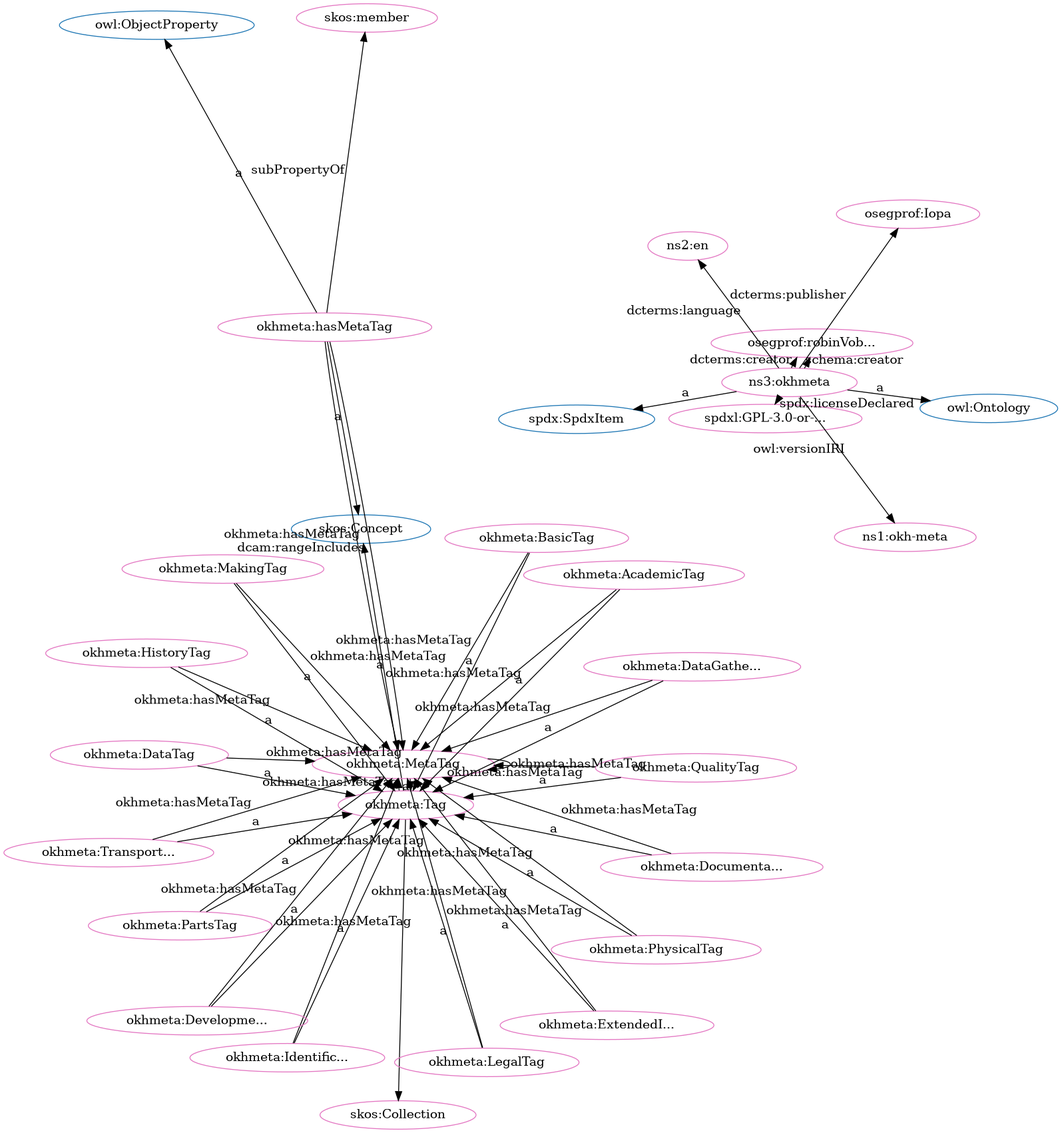
This is src/spec/fdp_okh-meta.png from iop-alliance/OpenKnowHow, a Graphviz export, as it was before one commit. Its source is kept beside it as src/spec/fdp_okh-meta.dot.
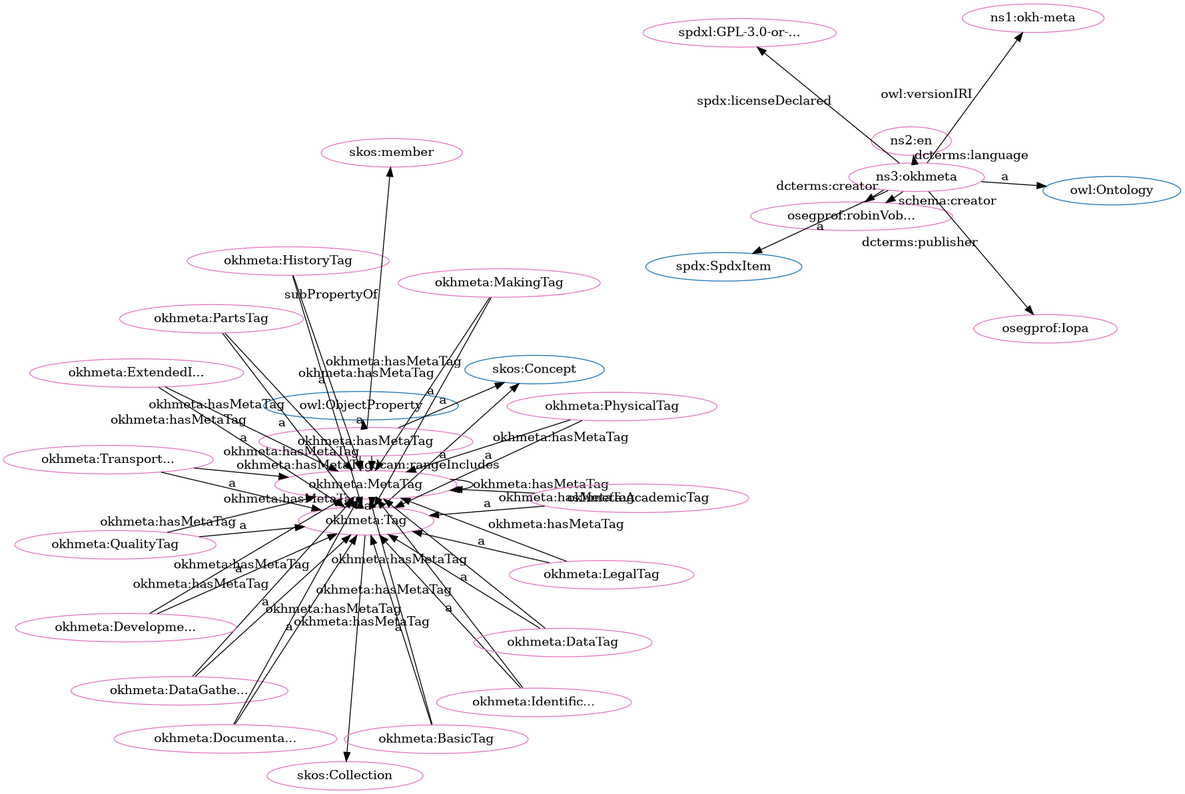
The same diagram one commit later.

The edit, as a diff of the source:
```diff
@@ -1,84 +1,84 @@
 digraph G {
   rankdir=BT
   node[height=.3]
-"http://w3id.org/oseg/ont/okhmeta#Tag" [fillcolor="#1f77b4" color="#1f77b4" label="okhmeta:Tag"]
+"http://www.w3.org/2002/07/owl#ObjectProperty" [fillcolor="#1f77b4" color="#1f77b4" label="owl:ObjectProperty"]
 "http://spdx.org/rdf/terms#SpdxItem" [fillcolor="#1f77b4" color="#1f77b4" label="spdx:SpdxItem"]
+"http://www.w3.org/2002/07/owl#Ontology" [fillcolor="#1f77b4" color="#1f77b4" label="owl:Ontology"]
 "http://www.w3.org/2004/02/skos/core#Concept" [fillcolor="#1f77b4" color="#1f77b4" label="skos:Concept"]
 "http://www.w3.org/2004/02/skos/core#Collection" [fillcolor="#1f77b4" color="#1f77b4" label="skos:Collection"]
-"http://www.w3.org/2002/07/owl#ObjectProperty" [fillcolor="#1f77b4" color="#1f77b4" label="owl:ObjectProperty"]
-"http://www.w3.org/2002/07/owl#Ontology" [fillcolor="#1f77b4" color="#1f77b4" label="owl:Ontology"]
+"http://w3id.org/oseg/ont/okhmeta#Tag" [fillcolor="#1f77b4" color="#1f77b4" label="okhmeta:Tag"]
+"http://w3id.org/oseg/ont/okhmeta#MakingTag" [fillcolor="#e377c2" color="#e377c2" label="okhmeta:MakingTag"]
+"http://w3id.org/oseg/ont/okhmeta#MetaTag" [fillcolor="#e377c2" color="#e377c2" label="okhmeta:MetaTag"]
+"http://w3id.org/oseg/ont/oseg-profiles#robinVobruba" [fillcolor="#e377c2" color="#e377c2" label="osegprof:robinVob..."]
+"http://spdx.org/licenses/GPL-3.0-or-later" [fillcolor="#e377c2" color="#e377c2" label="spdxl:GPL-3.0-or-..."]
+"http://w3id.org/oseg/ont/1.1.0/okh-meta" [fillcolor="#e377c2" color="#e377c2" label="ns1:okh-meta"]
+"http://www.w3.org/2004/02/skos/core#member" [fillcolor="#e377c2" color="#e377c2" label="skos:member"]
+"http://id.loc.gov/vocabulary/iso639-1/en" [fillcolor="#e377c2" color="#e377c2" label="ns2:en"]
+"http://w3id.org/oseg/ont/okhmeta#PhysicalTag" [fillcolor="#e377c2" color="#e377c2" label="okhmeta:PhysicalTag"]
+"http://w3id.org/oseg/ont/okhmeta" [fillcolor="#e377c2" color="#e377c2" label="ns3:okhmeta"]
+"http://w3id.org/oseg/ont/okhmeta#DataGatheringTag" [fillcolor="#e377c2" color="#e377c2" label="okhmeta:DataGathe..."]
+"http://w3id.org/oseg/ont/okhmeta#AcademicTag" [fillcolor="#e377c2" color="#e377c2" label="okhmeta:AcademicTag"]
+"http://w3id.org/oseg/ont/okhmeta#IdentificationTag" [fillcolor="#e377c2" color="#e377c2" label="okhmeta:Identific..."]
+"http://w3id.org/oseg/ont/okhmeta#TransportationTag" [fillcolor="#e377c2" color="#e377c2" label="okhmeta:Transport..."]
+"http://w3id.org/oseg/ont/okhmeta#Tag" [fillcolor="#e377c2" color="#e377c2" label="okhmeta:Tag"]
+"http://w3id.org/oseg/ont/okhmeta#HistoryTag" [fillcolor="#e377c2" color="#e377c2" label="okhmeta:HistoryTag"]
+"http://w3id.org/oseg/ont/okhmeta#hasMetaTag" [fillcolor="#e377c2" color="#e377c2" label="okhmeta:hasMetaTag"]
+"http://www.w3.org/2004/02/skos/core#Collection" [fillcolor="#e377c2" color="#e377c2" label="skos:Collection"]
+"http://w3id.org/oseg/ont/okhmeta#ExtendedInfoTag" [fillcolor="#e377c2" color="#e377c2" label="okhmeta:ExtendedI..."]
+"http://w3id.org/oseg/ont/okhmeta#DataTag" [fillcolor="#e377c2" color="#e377c2" label="okhmeta:DataTag"]
+"http://w3id.org/oseg/ont/oseg-profiles#Iopa" [fillcolor="#e377c2" color="#e377c2" label="osegprof:Iopa"]
+"http://w3id.org/oseg/ont/okhmeta#BasicTag" [fillcolor="#e377c2" color="#e377c2" label="okhmeta:BasicTag"]
+"http://w3id.org/oseg/ont/okhmeta#PartsTag" [fillcolor="#e377c2" color="#e377c2" label="okhmeta:PartsTag"]
+"http://w3id.org/oseg/ont/okhmeta#DevelopmentTag" [fillcolor="#e377c2" color="#e377c2" label="okhmeta:Developme..."]
+"http://w3id.org/oseg/ont/okhmeta#DocumentationTag" [fillcolor="#e377c2" color="#e377c2" label="okhmeta:Documenta..."]
+"http://w3id.org/oseg/ont/okhmeta#LegalTag" [fillcolor="#e377c2" color="#e377c2" label="okhmeta:LegalTag"]
 "http://w3id.org/oseg/ont/okhmeta#QualityTag" [fillcolor="#e377c2" color="#e377c2" label="okhmeta:QualityTag"]
-"http://w3id.org/oseg/ont/1.1.0/okh-meta" [fillcolor="#e377c2" color="#e377c2" label="ns1:okh-meta"]
-"http://w3id.org/oseg/ont/okhmeta#MetaTag" [fillcolor="#e377c2" color="#e377c2" label="okhmeta:MetaTag"]
-"http://w3id.org/oseg/ont/okhmeta#LegalTag" [fillcolor="#e377c2" color="#e377c2" label="okhmeta:LegalTag"]
-"http://w3id.org/oseg/ont/oseg-profiles#robinVobruba" [fillcolor="#e377c2" color="#e377c2" label="osegprof:robinVob..."]
-"http://w3id.org/oseg/ont/okhmeta#PhysicalTag" [fillcolor="#e377c2" color="#e377c2" label="okhmeta:PhysicalTag"]
-"http://w3id.org/oseg/ont/oseg-profiles#Iopa" [fillcolor="#e377c2" color="#e377c2" label="osegprof:Iopa"]
-"http://w3id.org/oseg/ont/okhmeta#hasMetaTag" [fillcolor="#e377c2" color="#e377c2" label="okhmeta:hasMetaTag"]
-"http://id.loc.gov/vocabulary/iso639-1/en" [fillcolor="#e377c2" color="#e377c2" label="ns2:en"]
-"http://w3id.org/oseg/ont/okhmeta#TransportationTag" [fillcolor="#e377c2" color="#e377c2" label="okhmeta:Transport..."]
-"http://w3id.org/oseg/ont/okhmeta#PartsTag" [fillcolor="#e377c2" color="#e377c2" label="okhmeta:PartsTag"]
-"http://w3id.org/oseg/ont/okhmeta#IdentificationTag" [fillcolor="#e377c2" color="#e377c2" label="okhmeta:Identific..."]
-"http://w3id.org/oseg/ont/okhmeta#MakingTag" [fillcolor="#e377c2" color="#e377c2" label="okhmeta:MakingTag"]
-"http://w3id.org/oseg/ont/okhmeta#AcademicTag" [fillcolor="#e377c2" color="#e377c2" label="okhmeta:AcademicTag"]
-"http://www.w3.org/2004/02/skos/core#Collection" [fillcolor="#e377c2" color="#e377c2" label="skos:Collection"]
-"http://www.w3.org/2004/02/skos/core#member" [fillcolor="#e377c2" color="#e377c2" label="skos:member"]
-"http://w3id.org/oseg/ont/okhmeta#ExtendedInfoTag" [fillcolor="#e377c2" color="#e377c2" label="okhmeta:ExtendedI..."]
-"http://w3id.org/oseg/ont/okhmeta#DocumentationTag" [fillcolor="#e377c2" color="#e377c2" label="okhmeta:Documenta..."]
-"http://w3id.org/oseg/ont/okhmeta#HistoryTag" [fillcolor="#e377c2" color="#e377c2" label="okhmeta:HistoryTag"]
-"http://w3id.org/oseg/ont/okhmeta#BasicTag" [fillcolor="#e377c2" color="#e377c2" label="okhmeta:BasicTag"]
-"http://w3id.org/oseg/ont/okhmeta#DataGatheringTag" [fillcolor="#e377c2" color="#e377c2" label="okhmeta:DataGathe..."]
-"http://w3id.org/oseg/ont/okhmeta#DevelopmentTag" [fillcolor="#e377c2" color="#e377c2" label="okhmeta:Developme..."]
-"http://w3id.org/oseg/ont/okhmeta#Tag" [fillcolor="#e377c2" color="#e377c2" label="okhmeta:Tag"]
-"http://spdx.org/licenses/GPL-3.0-or-later" [fillcolor="#e377c2" color="#e377c2" label="spdxl:GPL-3.0-or-..."]
-"http://w3id.org/oseg/ont/okhmeta" [fillcolor="#e377c2" color="#e377c2" label="ns3:okhmeta"]
-"http://w3id.org/oseg/ont/okhmeta#DataTag" [fillcolor="#e377c2" color="#e377c2" label="okhmeta:DataTag"]
+  "http://w3id.org/oseg/ont/okhmeta#PhysicalTag" -> "http://w3id.org/oseg/ont/okhmeta#MetaTag" [label="okhmeta:hasMetaTag"]
+  "http://w3id.org/oseg/ont/okhmeta" -> "http://w3id.org/oseg/ont/oseg-profiles#robinVobruba" [label="schema:creator"]
+  "http://w3id.org/oseg/ont/okhmeta" -> "http://id.loc.gov/vocabulary/iso639-1/en" [label="dcterms:language"]
+  "http://w3id.org/oseg/ont/okhmeta#PhysicalTag" -> "http://w3id.org/oseg/ont/okhmeta#Tag" [label="a"]
+  "http://w3id.org/oseg/ont/okhmeta#hasMetaTag" -> "http://w3id.org/oseg/ont/okhmeta#MetaTag" [label="dcam:rangeIncludes"]
+  "http://w3id.org/oseg/ont/okhmeta#hasMetaTag" -> "http://w3id.org/oseg/ont/okhmeta#MetaTag" [label="okhmeta:hasMetaTag"]
+  "http://w3id.org/oseg/ont/okhmeta#TransportationTag" -> "http://w3id.org/oseg/ont/okhmeta#MetaTag" [label="okhmeta:hasMetaTag"]
+  "http://w3id.org/oseg/ont/okhmeta#AcademicTag" -> "http://w3id.org/oseg/ont/okhmeta#Tag" [label="a"]
+  "http://w3id.org/oseg/ont/okhmeta#HistoryTag" -> "http://w3id.org/oseg/ont/okhmeta#MetaTag" [label="okhmeta:hasMetaTag"]
+  "http://w3id.org/oseg/ont/okhmeta#PartsTag" -> "http://w3id.org/oseg/ont/okhmeta#MetaTag" [label="okhmeta:hasMetaTag"]
+  "http://w3id.org/oseg/ont/okhmeta#TransportationTag" -> "http://w3id.org/oseg/ont/okhmeta#Tag" [label="a"]
+  "http://w3id.org/oseg/ont/okhmeta#Tag" -> "http://www.w3.org/2004/02/skos/core#Concept" [label="a"]
+  "http://w3id.org/oseg/ont/okhmeta#HistoryTag" -> "http://w3id.org/oseg/ont/okhmeta#Tag" [label="a"]
+  "http://w3id.org/oseg/ont/okhmeta#hasMetaTag" -> "http://www.w3.org/2002/07/owl#ObjectProperty" [label="a"]
+  "http://w3id.org/oseg/ont/okhmeta" -> "http://w3id.org/oseg/ont/oseg-profiles#robinVobruba" [label="dcterms:creator"]
+  "http://w3id.org/oseg/ont/okhmeta#DataTag" -> "http://w3id.org/oseg/ont/okhmeta#Tag" [label="a"]
+  "http://w3id.org/oseg/ont/okhmeta#MakingTag" -> "http://w3id.org/oseg/ont/okhmeta#MetaTag" [label="okhmeta:hasMetaTag"]
+  "http://w3id.org/oseg/ont/okhmeta" -> "http://w3id.org/oseg/ont/oseg-profiles#Iopa" [label="dcterms:publisher"]
+  "http://w3id.org/oseg/ont/okhmeta" -> "http://www.w3.org/2002/07/owl#Ontology" [label="a"]
+  "http://w3id.org/oseg/ont/okhmeta#QualityTag" -> "http://w3id.org/oseg/ont/okhmeta#MetaTag" [label="okhmeta:hasMetaTag"]
+  "http://w3id.org/oseg/ont/okhmeta#PartsTag" -> "http://w3id.org/oseg/ont/okhmeta#Tag" [label="a"]
+  "http://w3id.org/oseg/ont/okhmeta#DevelopmentTag" -> "http://w3id.org/oseg/ont/okhmeta#Tag" [label="a"]
   "http://w3id.org/oseg/ont/okhmeta#QualityTag" -> "http://w3id.org/oseg/ont/okhmeta#Tag" [label="a"]
-  "http://w3id.org/oseg/ont/okhmeta" -> "http://w3id.org/oseg/ont/1.1.0/okh-meta" [label="owl:versionIRI"]
-  "http://w3id.org/oseg/ont/okhmeta#hasMetaTag" -> "http://w3id.org/oseg/ont/okhmeta#MetaTag" [label="dcam:rangeIncludes"]
-  "http://w3id.org/oseg/ont/okhmeta#AcademicTag" -> "http://w3id.org/oseg/ont/okhmeta#MetaTag" [label="okhmeta:hasMetaTag"]
-  "http://w3id.org/oseg/ont/okhmeta" -> "http://w3id.org/oseg/ont/oseg-profiles#Iopa" [label="dcterms:publisher"]
-  "http://w3id.org/oseg/ont/okhmeta#DataTag" -> "http://w3id.org/oseg/ont/okhmeta#MetaTag" [label="okhmeta:hasMetaTag"]
-  "http://w3id.org/oseg/ont/okhmeta#hasMetaTag" -> "http://www.w3.org/2004/02/skos/core#Concept" [label="a"]
-  "http://w3id.org/oseg/ont/okhmeta#PartsTag" -> "http://w3id.org/oseg/ont/okhmeta#MetaTag" [label="okhmeta:hasMetaTag"]
-  "http://w3id.org/oseg/ont/okhmeta#MakingTag" -> "http://w3id.org/oseg/ont/okhmeta#MetaTag" [label="okhmeta:hasMetaTag"]
-  "http://w3id.org/oseg/ont/okhmeta#LegalTag" -> "http://w3id.org/oseg/ont/okhmeta#MetaTag" [label="okhmeta:hasMetaTag"]
-  "http://w3id.org/oseg/ont/okhmeta#PartsTag" -> "http://w3id.org/oseg/ont/okhmeta#Tag" [label="a"]
-  "http://w3id.org/oseg/ont/okhmeta#IdentificationTag" -> "http://w3id.org/oseg/ont/okhmeta#Tag" [label="a"]
-  "http://w3id.org/oseg/ont/okhmeta#DocumentationTag" -> "http://w3id.org/oseg/ont/okhmeta#MetaTag" [label="okhmeta:hasMetaTag"]
-  "http://w3id.org/oseg/ont/okhmeta#HistoryTag" -> "http://w3id.org/oseg/ont/okhmeta#MetaTag" [label="okhmeta:hasMetaTag"]
   "http://w3id.org/oseg/ont/okhmeta#MakingTag" -> "http://w3id.org/oseg/ont/okhmeta#Tag" [label="a"]
   "http://w3id.org/oseg/ont/okhmeta#DevelopmentTag" -> "http://w3id.org/oseg/ont/okhmeta#MetaTag" [label="okhmeta:hasMetaTag"]
+  "http://w3id.org/oseg/ont/okhmeta" -> "http://spdx.org/licenses/GPL-3.0-or-later" [label="spdx:licenseDeclared"]
+  "http://w3id.org/oseg/ont/okhmeta#Tag" -> "http://w3id.org/oseg/ont/okhmeta#MetaTag" [label="okhmeta:hasMetaTag"]
+  "http://w3id.org/oseg/ont/okhmeta#IdentificationTag" -> "http://w3id.org/oseg/ont/okhmeta#MetaTag" [label="okhmeta:hasMetaTag"]
+  "http://w3id.org/oseg/ont/okhmeta" -> "http://w3id.org/oseg/ont/1.1.0/okh-meta" [label="owl:versionIRI"]
   "http://w3id.org/oseg/ont/okhmeta#hasMetaTag" -> "http://www.w3.org/2004/02/skos/core#member" [label="subPropertyOf"]
+  "http://w3id.org/oseg/ont/okhmeta" -> "http://spdx.org/rdf/terms#SpdxItem" [label="a"]
+  "http://w3id.org/oseg/ont/okhmeta#DataGatheringTag" -> "http://w3id.org/oseg/ont/okhmeta#Tag" [label="a"]
+  "http://w3id.org/oseg/ont/okhmeta#ExtendedInfoTag" -> "http://w3id.org/oseg/ont/okhmeta#MetaTag" [label="okhmeta:hasMetaTag"]
+  "http://w3id.org/oseg/ont/okhmeta#IdentificationTag" -> "http://w3id.org/oseg/ont/okhmeta#Tag" [label="a"]
+  "http://w3id.org/oseg/ont/okhmeta#BasicTag" -> "http://w3id.org/oseg/ont/okhmeta#MetaTag" [label="okhmeta:hasMetaTag"]
+  "http://w3id.org/oseg/ont/okhmeta#DataGatheringTag" -> "http://w3id.org/oseg/ont/okhmeta#MetaTag" [label="okhmeta:hasMetaTag"]
+  "http://w3id.org/oseg/ont/okhmeta#DocumentationTag" -> "http://w3id.org/oseg/ont/okhmeta#MetaTag" [label="okhmeta:hasMetaTag"]
+  "http://w3id.org/oseg/ont/okhmeta#Tag" -> "http://www.w3.org/2004/02/skos/core#Collection" [label=""]
+  "http://w3id.org/oseg/ont/okhmeta#ExtendedInfoTag" -> "http://w3id.org/oseg/ont/okhmeta#Tag" [label="a"]
+  "http://w3id.org/oseg/ont/okhmeta#AcademicTag" -> "http://w3id.org/oseg/ont/okhmeta#MetaTag" [label="okhmeta:hasMetaTag"]
+  "http://w3id.org/oseg/ont/okhmeta#LegalTag" -> "http://w3id.org/oseg/ont/okhmeta#MetaTag" [label="okhmeta:hasMetaTag"]
+  "http://w3id.org/oseg/ont/okhmeta#MetaTag" -> "http://w3id.org/oseg/ont/okhmeta#MetaTag" [label="okhmeta:hasMetaTag"]
+  "http://w3id.org/oseg/ont/okhmeta#BasicTag" -> "http://w3id.org/oseg/ont/okhmeta#Tag" [label="a"]
+  "http://w3id.org/oseg/ont/okhmeta#hasMetaTag" -> "http://www.w3.org/2004/02/skos/core#Concept" [label="a"]
   "http://w3id.org/oseg/ont/okhmeta#DocumentationTag" -> "http://w3id.org/oseg/ont/okhmeta#Tag" [label="a"]
-  "http://w3id.org/oseg/ont/okhmeta#HistoryTag" -> "http://w3id.org/oseg/ont/okhmeta#Tag" [label="a"]
-  "http://w3id.org/oseg/ont/okhmeta#DevelopmentTag" -> "http://w3id.org/oseg/ont/okhmeta#Tag" [label="a"]
-  "http://w3id.org/oseg/ont/okhmeta" -> "http://www.w3.org/2002/07/owl#Ontology" [label="a"]
-  "http://w3id.org/oseg/ont/okhmeta#DataTag" -> "http://w3id.org/oseg/ont/okhmeta#Tag" [label="a"]
-  "http://w3id.org/oseg/ont/okhmeta#hasMetaTag" -> "http://w3id.org/oseg/ont/okhmeta#MetaTag" [label="okhmeta:hasMetaTag"]
   "http://w3id.org/oseg/ont/okhmeta#LegalTag" -> "http://w3id.org/oseg/ont/okhmeta#Tag" [label="a"]
-  "http://w3id.org/oseg/ont/okhmeta#Tag" -> "http://w3id.org/oseg/ont/okhmeta#MetaTag" [label="okhmeta:hasMetaTag"]
-  "http://w3id.org/oseg/ont/okhmeta#PhysicalTag" -> "http://w3id.org/oseg/ont/okhmeta#MetaTag" [label="okhmeta:hasMetaTag"]
   "http://w3id.org/oseg/ont/okhmeta#MetaTag" -> "http://w3id.org/oseg/ont/okhmeta#Tag" [label="a"]
-  "http://w3id.org/oseg/ont/okhmeta" -> "http://spdx.org/rdf/terms#SpdxItem" [label="a"]
-  "http://w3id.org/oseg/ont/okhmeta#TransportationTag" -> "http://w3id.org/oseg/ont/okhmeta#MetaTag" [label="okhmeta:hasMetaTag"]
-  "http://w3id.org/oseg/ont/okhmeta" -> "http://w3id.org/oseg/ont/oseg-profiles#robinVobruba" [label="dcterms:creator"]
-  "http://w3id.org/oseg/ont/okhmeta#PhysicalTag" -> "http://w3id.org/oseg/ont/okhmeta#Tag" [label="a"]
-  "http://w3id.org/oseg/ont/okhmeta" -> "http://id.loc.gov/vocabulary/iso639-1/en" [label="dcterms:language"]
-  "http://w3id.org/oseg/ont/okhmeta#TransportationTag" -> "http://w3id.org/oseg/ont/okhmeta#Tag" [label="a"]
-  "http://w3id.org/oseg/ont/okhmeta#MetaTag" -> "http://w3id.org/oseg/ont/okhmeta#MetaTag" [label="okhmeta:hasMetaTag"]
-  "http://w3id.org/oseg/ont/okhmeta#ExtendedInfoTag" -> "http://w3id.org/oseg/ont/okhmeta#MetaTag" [label="okhmeta:hasMetaTag"]
-  "http://w3id.org/oseg/ont/okhmeta" -> "http://w3id.org/oseg/ont/oseg-profiles#robinVobruba" [label="schema:creator"]
-  "http://w3id.org/oseg/ont/okhmeta#Tag" -> "http://www.w3.org/2004/02/skos/core#Collection" [label=""]
-  "http://w3id.org/oseg/ont/okhmeta#DataGatheringTag" -> "http://w3id.org/oseg/ont/okhmeta#MetaTag" [label="okhmeta:hasMetaTag"]
-  "http://w3id.org/oseg/ont/okhmeta#hasMetaTag" -> "http://www.w3.org/2002/07/owl#ObjectProperty" [label="a"]
-  "http://w3id.org/oseg/ont/okhmeta#ExtendedInfoTag" -> "http://w3id.org/oseg/ont/okhmeta#Tag" [label="a"]
-  "http://w3id.org/oseg/ont/okhmeta#BasicTag" -> "http://w3id.org/oseg/ont/okhmeta#Tag" [label="a"]
-  "http://w3id.org/oseg/ont/okhmeta#DataGatheringTag" -> "http://w3id.org/oseg/ont/okhmeta#Tag" [label="a"]
-  "http://w3id.org/oseg/ont/okhmeta#IdentificationTag" -> "http://w3id.org/oseg/ont/okhmeta#MetaTag" [label="okhmeta:hasMetaTag"]
-  "http://w3id.org/oseg/ont/okhmeta#QualityTag" -> "http://w3id.org/oseg/ont/okhmeta#MetaTag" [label="okhmeta:hasMetaTag"]
-  "http://w3id.org/oseg/ont/okhmeta#Tag" -> "http://www.w3.org/2004/02/skos/core#Concept" [label="a"]
-  "http://w3id.org/oseg/ont/okhmeta" -> "http://spdx.org/licenses/GPL-3.0-or-later" [label="spdx:licenseDeclared"]
-  "http://w3id.org/oseg/ont/okhmeta#BasicTag" -> "http://w3id.org/oseg/ont/okhmeta#MetaTag" [label="okhmeta:hasMetaTag"]
-  "http://w3id.org/oseg/ont/okhmeta#AcademicTag" -> "http://w3id.org/oseg/ont/okhmeta#Tag" [label="a"]
+  "http://w3id.org/oseg/ont/okhmeta#DataTag" -> "http://w3id.org/oseg/ont/okhmeta#MetaTag" [label="okhmeta:hasMetaTag"]
 }
```
